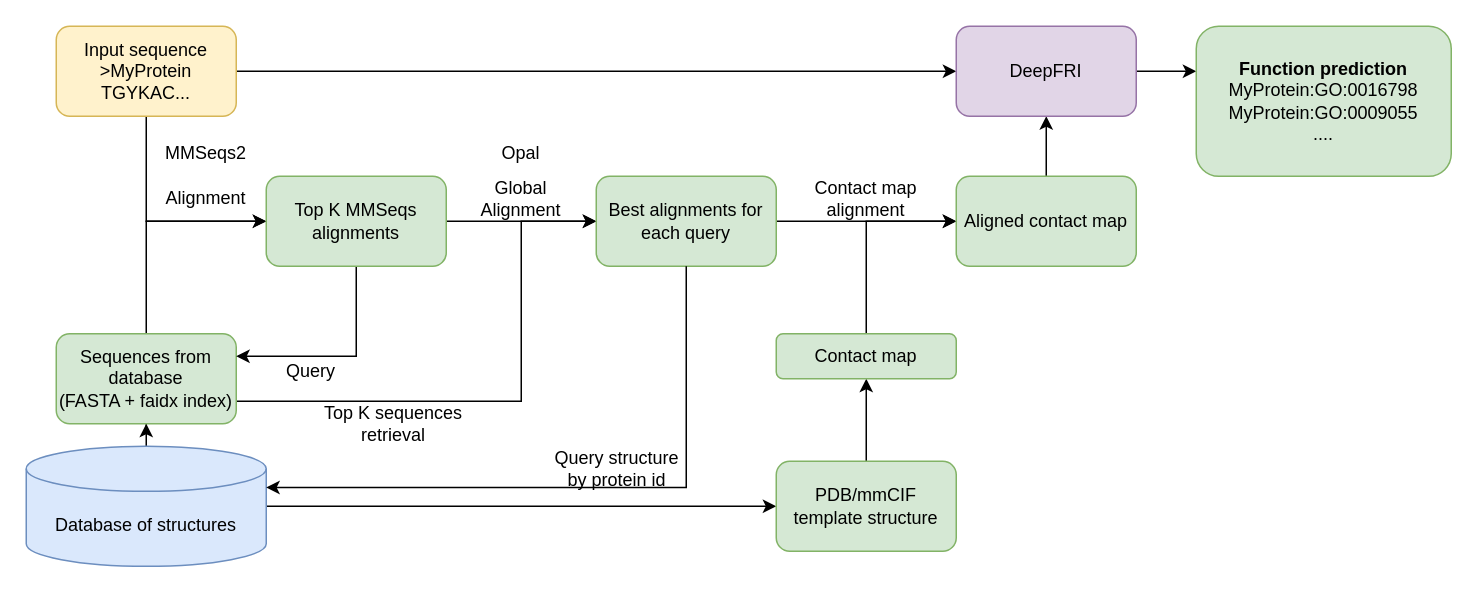
Above: docs/_images/mdeepfri-design.drawio in bioinf-mcb/Metagenomic-DeepFRI (draw.io), before the change. Source tidied: cells renumbered, new cells numbered last; positions are measured from the earlier drawing's top-left corner, leaving out a move shared by most shapes. Both pictures are drawn from the tidied source at 150%, with x=0, y=0 at pixel (26, 26).
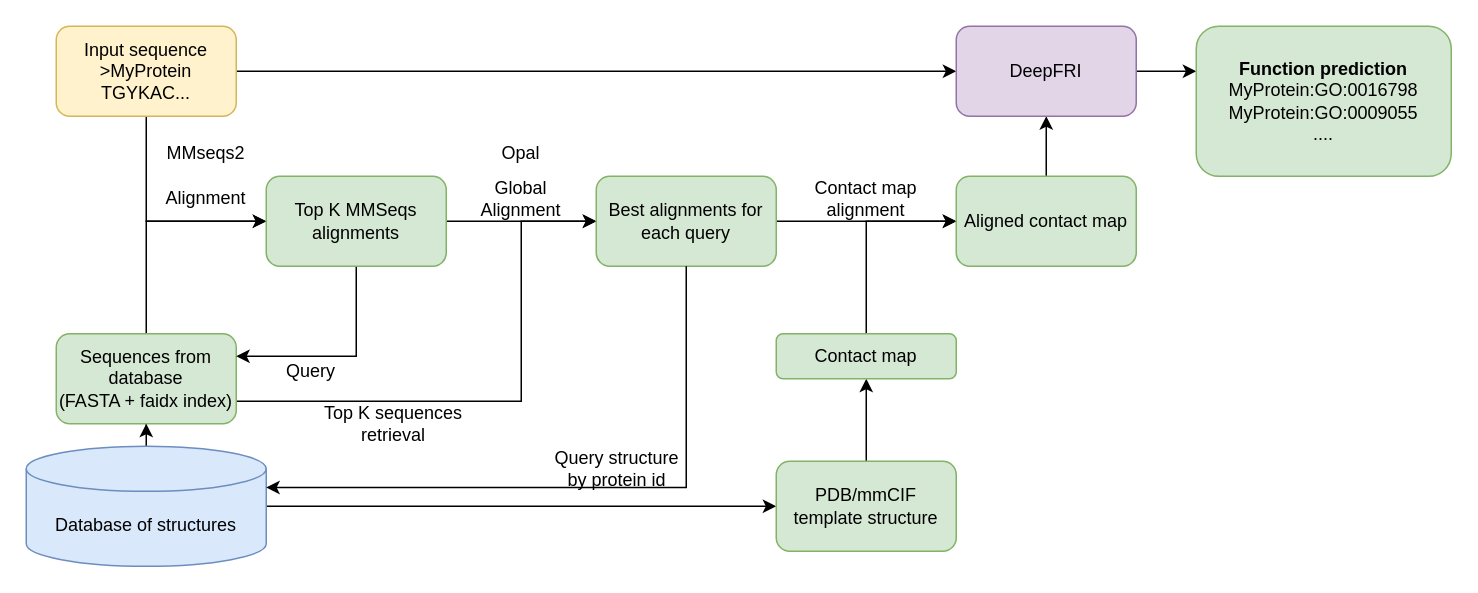
The same diagram, later.

Commit message (it also covers changes not shown here):
docs: correct MMseqs2 typo

The edit, as a diff of the source:
```diff
@@
-    <mxCell id="14" value="MMSeqs2" style="text;html=1;align=center;verticalAlign=middle;whiteSpace=wrap;rounded=0;" parent="1" vertex="1">
+    <mxCell id="14" value="MMseqs2" style="text;html=1;align=center;verticalAlign=middle;whiteSpace=wrap;rounded=0;" parent="1" vertex="1">
       <mxGeometry x="90" y="70" width="60" height="30" as="geometry" />
     </mxCell>
```
